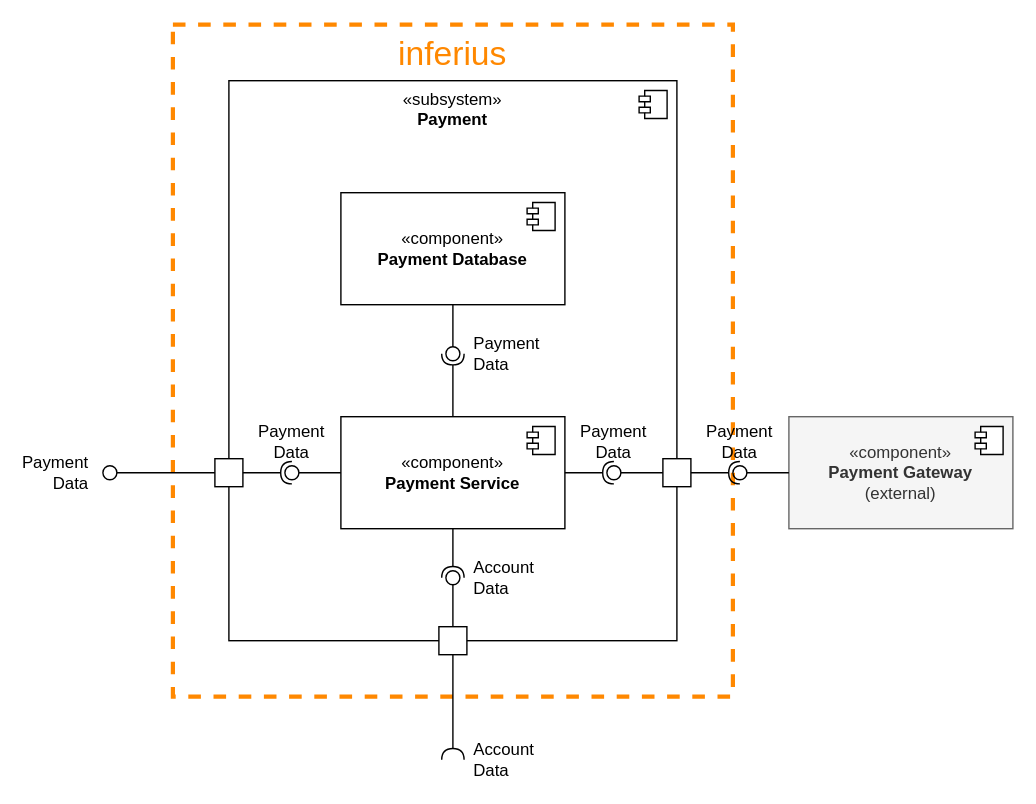
Above: documentation/course/e2/images/component-diagram-inferius.drawio.svg in PWR-ACS-SE-24/SoftwareSystemDesign (draw.io), before the change. Source tidied: cells renumbered, new cells last; positions are measured from the earlier drawing's top-left corner, leaving out a move shared by most shapes.
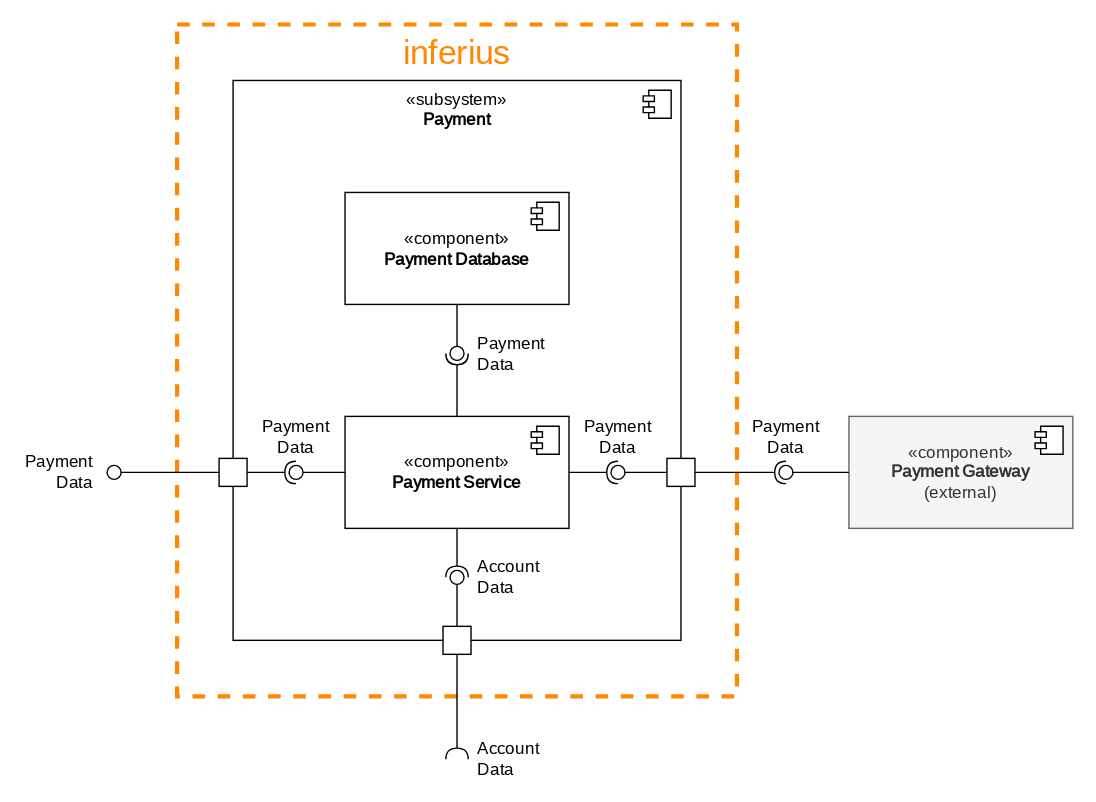
Above is the later version.

Diff of the diagram source:
```diff
@@ -2,106 +2,106 @@
   <root>
     <mxCell id="0" />
     <mxCell id="1" parent="0" />
-    <mxCell id="2" value="inferius" style="rounded=0;whiteSpace=wrap;html=1;dashed=1;strokeWidth=3;fillColor=none;strokeColor=#ff8800;fontSize=24;verticalAlign=top;fontColor=#ff8800;" parent="1" vertex="1">
+    <mxCell id="2" value="inferius" style="rounded=0;whiteSpace=wrap;html=1;dashed=1;strokeWidth=3;fillColor=none;strokeColor=#ff8800;fontSize=24;verticalAlign=top;fontColor=#ff8800;fontFamily=JetBrains Mono;fontSource=https%3A%2F%2Ffonts.googleapis.com%2Fcss%3Ffamily%3DJetBrains%2BMono;" parent="1" vertex="1">
       <mxGeometry x="50" width="400" height="480" as="geometry" />
     </mxCell>
-    <mxCell id="3" value="«subsystem»&lt;br&gt;&lt;div&gt;&lt;b&gt;Payment&lt;br&gt;&lt;/b&gt;&lt;/div&gt;" style="html=1;whiteSpace=wrap;verticalAlign=top;" parent="1" vertex="1">
+    <mxCell id="3" value="«subsystem»&lt;br&gt;&lt;div&gt;&lt;b&gt;Payment&lt;br&gt;&lt;/b&gt;&lt;/div&gt;" style="html=1;whiteSpace=wrap;verticalAlign=top;fontFamily=JetBrains Mono;fontSource=https%3A%2F%2Ffonts.googleapis.com%2Fcss%3Ffamily%3DJetBrains%2BMono;" parent="1" vertex="1">
       <mxGeometry x="90" y="40" width="320" height="400" as="geometry" />
     </mxCell>
-    <mxCell id="4" style="shape=module;jettyWidth=8;jettyHeight=4;" parent="3" vertex="1">
+    <mxCell id="4" style="shape=module;jettyWidth=8;jettyHeight=4;fontFamily=JetBrains Mono;fontSource=https%3A%2F%2Ffonts.googleapis.com%2Fcss%3Ffamily%3DJetBrains%2BMono;" parent="3" vertex="1">
       <mxGeometry x="1" width="20" height="20" relative="1" as="geometry">
         <mxPoint x="-27" y="7" as="offset" />
       </mxGeometry>
     </mxCell>
-    <mxCell id="5" value="&lt;div&gt;«component»&lt;/div&gt;&lt;div&gt;&lt;b&gt;Payment Service&lt;/b&gt;&lt;br&gt;&lt;/div&gt;" style="html=1;whiteSpace=wrap;" parent="1" vertex="1">
+    <mxCell id="5" value="&lt;div&gt;«component»&lt;/div&gt;&lt;div&gt;&lt;b&gt;Payment Service&lt;/b&gt;&lt;br&gt;&lt;/div&gt;" style="html=1;whiteSpace=wrap;fontFamily=JetBrains Mono;fontSource=https%3A%2F%2Ffonts.googleapis.com%2Fcss%3Ffamily%3DJetBrains%2BMono;" parent="1" vertex="1">
       <mxGeometry x="170" y="280" width="160" height="80" as="geometry" />
     </mxCell>
-    <mxCell id="6" style="shape=module;jettyWidth=8;jettyHeight=4;" parent="5" vertex="1">
+    <mxCell id="6" style="shape=module;jettyWidth=8;jettyHeight=4;fontFamily=JetBrains Mono;fontSource=https%3A%2F%2Ffonts.googleapis.com%2Fcss%3Ffamily%3DJetBrains%2BMono;" parent="5" vertex="1">
       <mxGeometry x="1" width="20" height="20" relative="1" as="geometry">
         <mxPoint x="-27" y="7" as="offset" />
       </mxGeometry>
     </mxCell>
-    <mxCell id="7" value="&lt;div&gt;«component»&lt;b&gt;&lt;br&gt;&lt;/b&gt;&lt;/div&gt;&lt;div&gt;&lt;b&gt;Payment Database&lt;/b&gt;&lt;/div&gt;" style="html=1;whiteSpace=wrap;" parent="1" vertex="1">
+    <mxCell id="7" value="&lt;div&gt;«component»&lt;b&gt;&lt;br&gt;&lt;/b&gt;&lt;/div&gt;&lt;div&gt;&lt;b&gt;Payment Database&lt;/b&gt;&lt;/div&gt;" style="html=1;whiteSpace=wrap;fontFamily=JetBrains Mono;fontSource=https%3A%2F%2Ffonts.googleapis.com%2Fcss%3Ffamily%3DJetBrains%2BMono;" parent="1" vertex="1">
       <mxGeometry x="170" y="120" width="160" height="80" as="geometry" />
     </mxCell>
-    <mxCell id="8" style="shape=module;jettyWidth=8;jettyHeight=4;" parent="7" vertex="1">
+    <mxCell id="8" style="shape=module;jettyWidth=8;jettyHeight=4;fontFamily=JetBrains Mono;fontSource=https%3A%2F%2Ffonts.googleapis.com%2Fcss%3Ffamily%3DJetBrains%2BMono;" parent="7" vertex="1">
       <mxGeometry x="1" width="20" height="20" relative="1" as="geometry">
         <mxPoint x="-27" y="7" as="offset" />
       </mxGeometry>
     </mxCell>
-    <mxCell id="9" style="rounded=0;jettySize=auto;html=1;endArrow=halfCircle;endFill=0;endSize=6;strokeWidth=1;sketch=0;exitX=0.5;exitY=0;exitDx=0;exitDy=0;" parent="1" edge="1" source="5" target="11">
+    <mxCell id="9" style="rounded=0;jettySize=auto;html=1;endArrow=halfCircle;endFill=0;endSize=6;strokeWidth=1;sketch=0;exitX=0.5;exitY=0;exitDx=0;exitDy=0;fontFamily=JetBrains Mono;fontSource=https%3A%2F%2Ffonts.googleapis.com%2Fcss%3Ffamily%3DJetBrains%2BMono;" parent="1" edge="1" source="5" target="11">
       <mxGeometry relative="1" as="geometry" />
     </mxCell>
-    <mxCell id="10" style="rounded=0;jettySize=auto;html=1;endArrow=oval;endFill=0;sketch=0;sourcePerimeterSpacing=0;targetPerimeterSpacing=0;endSize=10;exitX=0.5;exitY=1;exitDx=0;exitDy=0;" parent="1" edge="1" source="7" target="11">
+    <mxCell id="10" style="rounded=0;jettySize=auto;html=1;endArrow=oval;endFill=0;sketch=0;sourcePerimeterSpacing=0;targetPerimeterSpacing=0;endSize=10;exitX=0.5;exitY=1;exitDx=0;exitDy=0;fontFamily=JetBrains Mono;fontSource=https%3A%2F%2Ffonts.googleapis.com%2Fcss%3Ffamily%3DJetBrains%2BMono;" parent="1" edge="1" source="7" target="11">
       <mxGeometry relative="1" as="geometry" />
     </mxCell>
-    <mxCell id="11" value="&lt;div&gt;Payment&lt;/div&gt;&lt;div&gt;Data&lt;br&gt;&lt;/div&gt;" style="ellipse;whiteSpace=wrap;html=1;align=left;fillColor=none;strokeColor=none;perimeter=centerPerimeter;points=[];outlineConnect=1;labelPosition=right;verticalLabelPosition=middle;verticalAlign=middle;spacingLeft=8;" parent="1" vertex="1">
+    <mxCell id="11" value="&lt;div&gt;Payment&lt;/div&gt;&lt;div&gt;Data&lt;br&gt;&lt;/div&gt;" style="ellipse;whiteSpace=wrap;html=1;align=left;fillColor=none;strokeColor=none;perimeter=centerPerimeter;points=[];outlineConnect=1;labelPosition=right;verticalLabelPosition=middle;verticalAlign=middle;spacingLeft=8;fontFamily=JetBrains Mono;fontSource=https%3A%2F%2Ffonts.googleapis.com%2Fcss%3Ffamily%3DJetBrains%2BMono;" parent="1" vertex="1">
       <mxGeometry x="245" y="230" width="10" height="10" as="geometry" />
     </mxCell>
-    <mxCell id="12" style="fontStyle=0;labelPosition=right;verticalLabelPosition=middle;align=left;verticalAlign=middle;spacingLeft=2;" parent="1" vertex="1">
+    <mxCell id="12" style="fontStyle=0;labelPosition=right;verticalLabelPosition=middle;align=left;verticalAlign=middle;spacingLeft=2;fontFamily=JetBrains Mono;fontSource=https%3A%2F%2Ffonts.googleapis.com%2Fcss%3Ffamily%3DJetBrains%2BMono;" parent="1" vertex="1">
       <mxGeometry x="80" y="310" width="20" height="20" as="geometry" />
     </mxCell>
-    <mxCell id="13" style="fontStyle=0;labelPosition=right;verticalLabelPosition=middle;align=left;verticalAlign=middle;spacingLeft=2;" parent="1" vertex="1">
+    <mxCell id="13" style="fontStyle=0;labelPosition=right;verticalLabelPosition=middle;align=left;verticalAlign=middle;spacingLeft=2;fontFamily=JetBrains Mono;fontSource=https%3A%2F%2Ffonts.googleapis.com%2Fcss%3Ffamily%3DJetBrains%2BMono;" parent="1" vertex="1">
       <mxGeometry x="240" y="430" width="20" height="20" as="geometry" />
     </mxCell>
-    <mxCell id="14" style="fontStyle=0;labelPosition=right;verticalLabelPosition=middle;align=left;verticalAlign=middle;spacingLeft=2;" parent="1" vertex="1">
+    <mxCell id="14" style="fontStyle=0;labelPosition=right;verticalLabelPosition=middle;align=left;verticalAlign=middle;spacingLeft=2;fontFamily=JetBrains Mono;fontSource=https%3A%2F%2Ffonts.googleapis.com%2Fcss%3Ffamily%3DJetBrains%2BMono;" parent="1" vertex="1">
       <mxGeometry x="400" y="310" width="20" height="20" as="geometry" />
     </mxCell>
-    <mxCell id="15" style="rounded=0;jettySize=auto;html=1;endArrow=halfCircle;endFill=0;endSize=6;strokeWidth=1;sketch=0;exitX=1;exitY=0.5;exitDx=0;exitDy=0;" parent="1" edge="1" source="12" target="17">
+    <mxCell id="15" style="rounded=0;jettySize=auto;html=1;endArrow=halfCircle;endFill=0;endSize=6;strokeWidth=1;sketch=0;exitX=1;exitY=0.5;exitDx=0;exitDy=0;fontFamily=JetBrains Mono;fontSource=https%3A%2F%2Ffonts.googleapis.com%2Fcss%3Ffamily%3DJetBrains%2BMono;" parent="1" edge="1" source="12" target="17">
       <mxGeometry relative="1" as="geometry" />
     </mxCell>
-    <mxCell id="16" style="rounded=0;jettySize=auto;html=1;endArrow=oval;endFill=0;sketch=0;sourcePerimeterSpacing=0;targetPerimeterSpacing=0;endSize=10;exitX=0;exitY=0.5;exitDx=0;exitDy=0;" parent="1" edge="1" source="5" target="17">
+    <mxCell id="16" style="rounded=0;jettySize=auto;html=1;endArrow=oval;endFill=0;sketch=0;sourcePerimeterSpacing=0;targetPerimeterSpacing=0;endSize=10;exitX=0;exitY=0.5;exitDx=0;exitDy=0;fontFamily=JetBrains Mono;fontSource=https%3A%2F%2Ffonts.googleapis.com%2Fcss%3Ffamily%3DJetBrains%2BMono;" parent="1" edge="1" source="5" target="17">
       <mxGeometry relative="1" as="geometry" />
     </mxCell>
-    <mxCell id="17" value="&lt;div&gt;Payment&lt;/div&gt;&lt;div&gt;Data&lt;br&gt;&lt;/div&gt;" style="ellipse;whiteSpace=wrap;html=1;align=center;fillColor=none;strokeColor=none;perimeter=centerPerimeter;points=[];outlineConnect=1;labelPosition=center;verticalLabelPosition=top;verticalAlign=bottom;" parent="1" vertex="1">
+    <mxCell id="17" value="&lt;div&gt;Payment&lt;/div&gt;&lt;div&gt;Data&lt;br&gt;&lt;/div&gt;" style="ellipse;whiteSpace=wrap;html=1;align=center;fillColor=none;strokeColor=none;perimeter=centerPerimeter;points=[];outlineConnect=1;labelPosition=center;verticalLabelPosition=top;verticalAlign=bottom;fontFamily=JetBrains Mono;fontSource=https%3A%2F%2Ffonts.googleapis.com%2Fcss%3Ffamily%3DJetBrains%2BMono;spacingBottom=3;" parent="1" vertex="1">
       <mxGeometry x="130" y="315" width="10" height="10" as="geometry" />
     </mxCell>
-    <mxCell id="18" style="rounded=0;jettySize=auto;html=1;endArrow=oval;endFill=0;sketch=0;sourcePerimeterSpacing=0;targetPerimeterSpacing=0;endSize=10;exitX=0;exitY=0.5;exitDx=0;exitDy=0;" parent="1" edge="1" source="12" target="19">
+    <mxCell id="18" style="rounded=0;jettySize=auto;html=1;endArrow=oval;endFill=0;sketch=0;sourcePerimeterSpacing=0;targetPerimeterSpacing=0;endSize=10;exitX=0;exitY=0.5;exitDx=0;exitDy=0;fontFamily=JetBrains Mono;fontSource=https%3A%2F%2Ffonts.googleapis.com%2Fcss%3Ffamily%3DJetBrains%2BMono;" parent="1" edge="1" source="12" target="19">
       <mxGeometry relative="1" as="geometry" />
     </mxCell>
-    <mxCell id="19" value="&lt;div&gt;Payment&lt;/div&gt;&lt;div&gt;Data&lt;br&gt;&lt;/div&gt;" style="ellipse;whiteSpace=wrap;html=1;align=right;fillColor=none;strokeColor=none;perimeter=centerPerimeter;points=[];outlineConnect=1;labelPosition=left;verticalLabelPosition=middle;verticalAlign=middle;spacingRight=8;" parent="1" vertex="1">
+    <mxCell id="19" value="&lt;div&gt;Payment&lt;/div&gt;&lt;div&gt;Data&lt;br&gt;&lt;/div&gt;" style="ellipse;whiteSpace=wrap;html=1;align=right;fillColor=none;strokeColor=none;perimeter=centerPerimeter;points=[];outlineConnect=1;labelPosition=left;verticalLabelPosition=middle;verticalAlign=middle;spacingRight=8;fontFamily=JetBrains Mono;fontSource=https%3A%2F%2Ffonts.googleapis.com%2Fcss%3Ffamily%3DJetBrains%2BMono;" parent="1" vertex="1">
       <mxGeometry y="315" width="10" height="10" as="geometry" />
     </mxCell>
-    <mxCell id="20" style="rounded=0;jettySize=auto;html=1;endArrow=halfCircle;endFill=0;endSize=6;strokeWidth=1;sketch=0;exitX=0.5;exitY=1;exitDx=0;exitDy=0;" parent="1" edge="1" source="5" target="22">
+    <mxCell id="20" style="rounded=0;jettySize=auto;html=1;endArrow=halfCircle;endFill=0;endSize=6;strokeWidth=1;sketch=0;exitX=0.5;exitY=1;exitDx=0;exitDy=0;fontFamily=JetBrains Mono;fontSource=https%3A%2F%2Ffonts.googleapis.com%2Fcss%3Ffamily%3DJetBrains%2BMono;" parent="1" edge="1" source="5" target="22">
       <mxGeometry relative="1" as="geometry" />
     </mxCell>
-    <mxCell id="21" style="rounded=0;jettySize=auto;html=1;endArrow=oval;endFill=0;sketch=0;sourcePerimeterSpacing=0;targetPerimeterSpacing=0;endSize=10;exitX=0.5;exitY=0;exitDx=0;exitDy=0;" parent="1" edge="1" source="13" target="22">
+    <mxCell id="21" style="rounded=0;jettySize=auto;html=1;endArrow=oval;endFill=0;sketch=0;sourcePerimeterSpacing=0;targetPerimeterSpacing=0;endSize=10;exitX=0.5;exitY=0;exitDx=0;exitDy=0;fontFamily=JetBrains Mono;fontSource=https%3A%2F%2Ffonts.googleapis.com%2Fcss%3Ffamily%3DJetBrains%2BMono;" parent="1" edge="1" source="13" target="22">
       <mxGeometry relative="1" as="geometry" />
     </mxCell>
-    <mxCell id="22" value="&lt;div&gt;Account&lt;/div&gt;&lt;div&gt;Data&lt;br&gt;&lt;/div&gt;" style="ellipse;whiteSpace=wrap;html=1;align=left;fillColor=none;strokeColor=none;perimeter=centerPerimeter;points=[];outlineConnect=1;labelPosition=right;verticalLabelPosition=middle;verticalAlign=middle;spacingLeft=8;" parent="1" vertex="1">
+    <mxCell id="22" value="&lt;div&gt;Account&lt;/div&gt;&lt;div&gt;Data&lt;br&gt;&lt;/div&gt;" style="ellipse;whiteSpace=wrap;html=1;align=left;fillColor=none;strokeColor=none;perimeter=centerPerimeter;points=[];outlineConnect=1;labelPosition=right;verticalLabelPosition=middle;verticalAlign=middle;spacingLeft=8;fontFamily=JetBrains Mono;fontSource=https%3A%2F%2Ffonts.googleapis.com%2Fcss%3Ffamily%3DJetBrains%2BMono;" parent="1" vertex="1">
       <mxGeometry x="245" y="390" width="10" height="10" as="geometry" />
     </mxCell>
-    <mxCell id="23" style="rounded=0;jettySize=auto;html=1;endArrow=halfCircle;endFill=0;endSize=6;strokeWidth=1;sketch=0;exitX=1;exitY=0.5;exitDx=0;exitDy=0;" parent="1" edge="1" source="5" target="25">
+    <mxCell id="23" style="rounded=0;jettySize=auto;html=1;endArrow=halfCircle;endFill=0;endSize=6;strokeWidth=1;sketch=0;exitX=1;exitY=0.5;exitDx=0;exitDy=0;fontFamily=JetBrains Mono;fontSource=https%3A%2F%2Ffonts.googleapis.com%2Fcss%3Ffamily%3DJetBrains%2BMono;" parent="1" edge="1" source="5" target="25">
       <mxGeometry relative="1" as="geometry" />
     </mxCell>
-    <mxCell id="24" style="rounded=0;jettySize=auto;html=1;endArrow=oval;endFill=0;sketch=0;sourcePerimeterSpacing=0;targetPerimeterSpacing=0;endSize=10;exitX=0;exitY=0.5;exitDx=0;exitDy=0;" parent="1" edge="1" source="14" target="25">
+    <mxCell id="24" style="rounded=0;jettySize=auto;html=1;endArrow=oval;endFill=0;sketch=0;sourcePerimeterSpacing=0;targetPerimeterSpacing=0;endSize=10;exitX=0;exitY=0.5;exitDx=0;exitDy=0;fontFamily=JetBrains Mono;fontSource=https%3A%2F%2Ffonts.googleapis.com%2Fcss%3Ffamily%3DJetBrains%2BMono;" parent="1" edge="1" source="14" target="25">
       <mxGeometry relative="1" as="geometry" />
     </mxCell>
-    <mxCell id="25" value="&lt;div&gt;Payment&lt;/div&gt;&lt;div&gt;Data&lt;br&gt;&lt;/div&gt;" style="ellipse;whiteSpace=wrap;html=1;align=center;fillColor=none;strokeColor=none;perimeter=centerPerimeter;points=[];outlineConnect=1;labelPosition=center;verticalLabelPosition=top;verticalAlign=bottom;" parent="1" vertex="1">
+    <mxCell id="25" value="&lt;div&gt;Payment&lt;/div&gt;&lt;div&gt;Data&lt;br&gt;&lt;/div&gt;" style="ellipse;whiteSpace=wrap;html=1;align=center;fillColor=none;strokeColor=none;perimeter=centerPerimeter;points=[];outlineConnect=1;labelPosition=center;verticalLabelPosition=top;verticalAlign=bottom;fontFamily=JetBrains Mono;fontSource=https%3A%2F%2Ffonts.googleapis.com%2Fcss%3Ffamily%3DJetBrains%2BMono;spacingBottom=3;" parent="1" vertex="1">
       <mxGeometry x="360" y="315" width="10" height="10" as="geometry" />
     </mxCell>
-    <mxCell id="26" style="rounded=0;jettySize=auto;html=1;endArrow=halfCircle;endFill=0;endSize=6;strokeWidth=1;sketch=0;exitX=0.5;exitY=1;exitDx=0;exitDy=0;" parent="1" edge="1" source="13" target="27">
+    <mxCell id="26" style="rounded=0;jettySize=auto;html=1;endArrow=halfCircle;endFill=0;endSize=6;strokeWidth=1;sketch=0;exitX=0.5;exitY=1;exitDx=0;exitDy=0;fontFamily=JetBrains Mono;fontSource=https%3A%2F%2Ffonts.googleapis.com%2Fcss%3Ffamily%3DJetBrains%2BMono;" parent="1" edge="1" source="13" target="27">
       <mxGeometry relative="1" as="geometry" />
     </mxCell>
-    <mxCell id="27" value="&lt;div&gt;Account&lt;/div&gt;&lt;div&gt;Data&lt;br&gt;&lt;/div&gt;" style="ellipse;whiteSpace=wrap;html=1;align=left;fillColor=none;strokeColor=none;perimeter=centerPerimeter;points=[];outlineConnect=1;spacingLeft=8;labelPosition=right;verticalLabelPosition=middle;verticalAlign=middle;" parent="1" vertex="1">
+    <mxCell id="27" value="&lt;div&gt;Account&lt;/div&gt;&lt;div&gt;Data&lt;br&gt;&lt;/div&gt;" style="ellipse;whiteSpace=wrap;html=1;align=left;fillColor=none;strokeColor=none;perimeter=centerPerimeter;points=[];outlineConnect=1;spacingLeft=8;labelPosition=right;verticalLabelPosition=middle;verticalAlign=middle;fontFamily=JetBrains Mono;fontSource=https%3A%2F%2Ffonts.googleapis.com%2Fcss%3Ffamily%3DJetBrains%2BMono;" parent="1" vertex="1">
       <mxGeometry x="245" y="520" width="10" height="10" as="geometry" />
     </mxCell>
-    <mxCell id="28" value="&lt;div&gt;«component»&lt;/div&gt;&lt;div&gt;&lt;b&gt;Payment Gateway&lt;/b&gt;&lt;/div&gt;&lt;div&gt;(external)&lt;b&gt;&lt;br&gt;&lt;/b&gt;&lt;/div&gt;" style="html=1;whiteSpace=wrap;fillColor=#f5f5f5;fontColor=#333333;strokeColor=#666666;" parent="1" vertex="1">
-      <mxGeometry x="490" y="280" width="160" height="80" as="geometry" />
+    <mxCell id="28" value="&lt;div&gt;«component»&lt;/div&gt;&lt;div&gt;&lt;b&gt;Payment Gateway&lt;/b&gt;&lt;/div&gt;&lt;div&gt;(external)&lt;b&gt;&lt;br&gt;&lt;/b&gt;&lt;/div&gt;" style="html=1;whiteSpace=wrap;fillColor=#f5f5f5;fontColor=#333333;strokeColor=#666666;fontFamily=JetBrains Mono;fontSource=https%3A%2F%2Ffonts.googleapis.com%2Fcss%3Ffamily%3DJetBrains%2BMono;" parent="1" vertex="1">
+      <mxGeometry x="530" y="280" width="160" height="80" as="geometry" />
     </mxCell>
-    <mxCell id="29" style="shape=module;jettyWidth=8;jettyHeight=4;" parent="28" vertex="1">
+    <mxCell id="29" style="shape=module;jettyWidth=8;jettyHeight=4;fontFamily=JetBrains Mono;fontSource=https%3A%2F%2Ffonts.googleapis.com%2Fcss%3Ffamily%3DJetBrains%2BMono;" parent="28" vertex="1">
       <mxGeometry x="1" width="20" height="20" relative="1" as="geometry">
         <mxPoint x="-27" y="7" as="offset" />
       </mxGeometry>
     </mxCell>
-    <mxCell id="30" style="rounded=0;jettySize=auto;html=1;endArrow=halfCircle;endFill=0;endSize=6;strokeWidth=1;sketch=0;exitX=1;exitY=0.5;exitDx=0;exitDy=0;" parent="1" edge="1" source="14" target="32">
+    <mxCell id="30" style="rounded=0;jettySize=auto;html=1;endArrow=halfCircle;endFill=0;endSize=6;strokeWidth=1;sketch=0;exitX=1;exitY=0.5;exitDx=0;exitDy=0;fontFamily=JetBrains Mono;fontSource=https%3A%2F%2Ffonts.googleapis.com%2Fcss%3Ffamily%3DJetBrains%2BMono;" parent="1" edge="1" source="14" target="32">
       <mxGeometry relative="1" as="geometry" />
     </mxCell>
-    <mxCell id="31" style="rounded=0;jettySize=auto;html=1;endArrow=oval;endFill=0;sketch=0;sourcePerimeterSpacing=0;targetPerimeterSpacing=0;endSize=10;exitX=0;exitY=0.5;exitDx=0;exitDy=0;" parent="1" edge="1" source="28" target="32">
+    <mxCell id="31" style="rounded=0;jettySize=auto;html=1;endArrow=oval;endFill=0;sketch=0;sourcePerimeterSpacing=0;targetPerimeterSpacing=0;endSize=10;exitX=0;exitY=0.5;exitDx=0;exitDy=0;fontFamily=JetBrains Mono;fontSource=https%3A%2F%2Ffonts.googleapis.com%2Fcss%3Ffamily%3DJetBrains%2BMono;" parent="1" edge="1" source="28" target="32">
       <mxGeometry relative="1" as="geometry" />
     </mxCell>
-    <mxCell id="32" value="&lt;div&gt;Payment&lt;/div&gt;&lt;div&gt;Data&lt;br&gt;&lt;/div&gt;" style="ellipse;whiteSpace=wrap;html=1;align=center;fillColor=none;strokeColor=none;perimeter=centerPerimeter;points=[];outlineConnect=1;labelPosition=center;verticalLabelPosition=top;verticalAlign=bottom;" parent="1" vertex="1">
-      <mxGeometry x="450" y="315" width="10" height="10" as="geometry" />
+    <mxCell id="32" value="&lt;div&gt;Payment&lt;/div&gt;&lt;div&gt;Data&lt;br&gt;&lt;/div&gt;" style="ellipse;whiteSpace=wrap;html=1;align=center;fillColor=none;strokeColor=none;perimeter=centerPerimeter;points=[];outlineConnect=1;labelPosition=center;verticalLabelPosition=top;verticalAlign=bottom;fontFamily=JetBrains Mono;fontSource=https%3A%2F%2Ffonts.googleapis.com%2Fcss%3Ffamily%3DJetBrains%2BMono;spacingBottom=3;" parent="1" vertex="1">
+      <mxGeometry x="480" y="315" width="10" height="10" as="geometry" />
     </mxCell>
   </root>
 </mxGraphModel>
```
